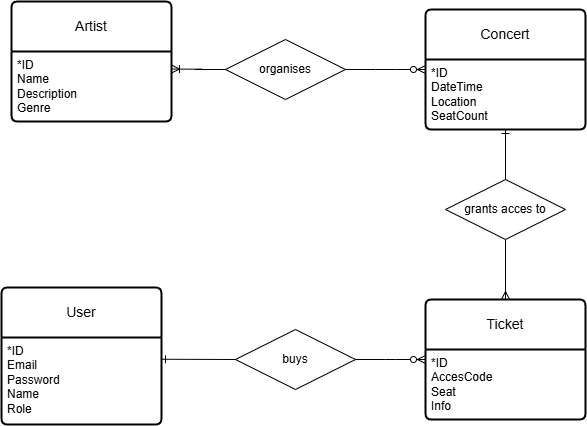
The draw.io diagram apps/my-app/src/assets/images/ERD.drawio.png in RStruijlaart/avans-nx-workshop, before a commit. Source tidied: cells renumbered, new cells last; positions are measured from the earlier drawing's top-left corner, leaving out a move shared by most shapes.
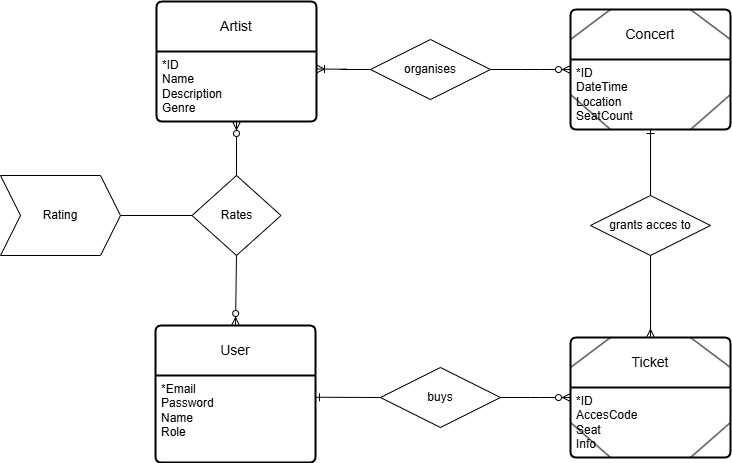
After the commit.

The edit, as a diff of the source:
```diff
@@ -3,23 +3,35 @@
     <mxCell id="0" />
     <mxCell id="1" parent="0" />
     <mxCell id="2" value="User" style="swimlane;horizontal=1;startSize=50;rounded=1;fontSize=14;fontStyle=0;strokeWidth=2;shadow=0;dashed=0;align=center;arcSize=4;whiteSpace=wrap;html=1;" parent="1" vertex="1">
-      <mxGeometry y="286" width="160" height="137" as="geometry" />
+      <mxGeometry x="9" y="324" width="160" height="137" as="geometry" />
     </mxCell>
-    <mxCell id="3" value="&lt;div&gt;*ID&lt;/div&gt;Email&lt;div&gt;Password&lt;/div&gt;&lt;div&gt;Name&lt;/div&gt;&lt;div&gt;Role&lt;/div&gt;" style="align=left;strokeColor=none;fillColor=none;spacingLeft=4;fontSize=12;verticalAlign=top;html=1;" parent="2" vertex="1">
+    <mxCell id="3" value="&lt;div&gt;*&lt;span style=&quot;background-color: initial;&quot;&gt;Email&lt;/span&gt;&lt;/div&gt;&lt;div&gt;Password&lt;/div&gt;&lt;div&gt;Name&lt;/div&gt;&lt;div&gt;Role&lt;/div&gt;" style="align=left;strokeColor=none;fillColor=none;spacingLeft=4;fontSize=12;verticalAlign=top;html=1;" parent="2" vertex="1">
       <mxGeometry y="50" width="160" height="87" as="geometry" />
     </mxCell>
     <mxCell id="4" value="Ticket" style="swimlane;horizontal=1;startSize=50;rounded=1;fontSize=14;fontStyle=0;strokeWidth=2;shadow=0;dashed=0;align=center;arcSize=4;whiteSpace=wrap;html=1;" parent="1" vertex="1">
-      <mxGeometry x="424" y="298" width="160" height="120" as="geometry" />
+      <mxGeometry x="424" y="336" width="160" height="120" as="geometry" />
     </mxCell>
     <mxCell id="5" value="*ID&lt;div&gt;AccesCode&lt;/div&gt;&lt;div&gt;Seat&lt;/div&gt;&lt;div&gt;Info&lt;/div&gt;" style="align=left;strokeColor=none;fillColor=none;spacingLeft=4;fontSize=12;verticalAlign=top;html=1;" parent="4" vertex="1">
       <mxGeometry y="50" width="160" height="70" as="geometry" />
     </mxCell>
+    <mxCell id="19" style="rounded=0;orthogonalLoop=1;jettySize=auto;html=1;exitX=1;exitY=0.5;exitDx=0;exitDy=0;entryX=0.75;entryY=1;entryDx=0;entryDy=0;endArrow=none;endFill=0;" parent="4" edge="1" source="5" target="5">
+      <mxGeometry relative="1" as="geometry" />
+    </mxCell>
+    <mxCell id="20" style="rounded=0;orthogonalLoop=1;jettySize=auto;html=1;exitX=0.25;exitY=1;exitDx=0;exitDy=0;entryX=0;entryY=0.5;entryDx=0;entryDy=0;endArrow=none;endFill=0;" parent="4" edge="1" source="5" target="5">
+      <mxGeometry relative="1" as="geometry" />
+    </mxCell>
     <mxCell id="6" value="Concert" style="swimlane;horizontal=1;startSize=50;rounded=1;fontSize=14;fontStyle=0;strokeWidth=2;shadow=0;dashed=0;align=center;arcSize=4;whiteSpace=wrap;html=1;" parent="1" vertex="1">
       <mxGeometry x="424" y="8" width="160" height="120" as="geometry" />
     </mxCell>
     <mxCell id="7" value="*ID&lt;div&gt;DateTime&lt;/div&gt;&lt;div&gt;Location&lt;/div&gt;&lt;div&gt;SeatCount&lt;/div&gt;" style="align=left;strokeColor=none;fillColor=none;spacingLeft=4;fontSize=12;verticalAlign=top;html=1;" parent="6" vertex="1">
       <mxGeometry y="50" width="160" height="70" as="geometry" />
     </mxCell>
+    <mxCell id="21" style="rounded=0;orthogonalLoop=1;jettySize=auto;html=1;exitX=1;exitY=0.5;exitDx=0;exitDy=0;entryX=0.75;entryY=1;entryDx=0;entryDy=0;endArrow=none;endFill=0;" parent="6" edge="1" source="7" target="7">
+      <mxGeometry relative="1" as="geometry" />
+    </mxCell>
+    <mxCell id="22" style="rounded=0;orthogonalLoop=1;jettySize=auto;html=1;exitX=0;exitY=0.5;exitDx=0;exitDy=0;entryX=0.25;entryY=1;entryDx=0;entryDy=0;endArrow=none;endFill=0;" parent="6" edge="1" source="7" target="7">
+      <mxGeometry relative="1" as="geometry" />
+    </mxCell>
     <mxCell id="8" value="Artist" style="swimlane;horizontal=1;startSize=50;rounded=1;fontSize=14;fontStyle=0;strokeWidth=2;shadow=0;dashed=0;align=center;arcSize=4;whiteSpace=wrap;html=1;" parent="1" vertex="1">
       <mxGeometry x="10" width="160" height="120" as="geometry" />
     </mxCell>
@@ -30,10 +42,10 @@
       <mxGeometry x="224" y="38" width="120" height="60" as="geometry" />
     </mxCell>
     <mxCell id="11" value="buys" style="shape=rhombus;perimeter=rhombusPerimeter;whiteSpace=wrap;html=1;align=center;" parent="1" vertex="1">
-      <mxGeometry x="234" y="328" width="120" height="60" as="geometry" />
+      <mxGeometry x="234" y="366" width="120" height="60" as="geometry" />
     </mxCell>
     <mxCell id="12" value="grants acces to" style="shape=rhombus;perimeter=rhombusPerimeter;whiteSpace=wrap;html=1;align=center;" parent="1" vertex="1">
-      <mxGeometry x="444" y="178" width="120" height="60" as="geometry" />
+      <mxGeometry x="444" y="194" width="120" height="60" as="geometry" />
     </mxCell>
     <mxCell id="13" style="edgeStyle=entityRelationEdgeStyle;fontSize=12;html=1;endArrow=ERzeroToMany;endFill=1;rounded=0;exitX=1;exitY=0.5;exitDx=0;exitDy=0;entryX=0;entryY=0.5;entryDx=0;entryDy=0;" parent="1" edge="1" source="10" target="6">
       <mxGeometry relative="1" as="geometry" />
@@ -53,5 +65,32 @@
     <mxCell id="18" style="fontSize=12;html=1;endArrow=ERone;endFill=1;rounded=0;entryX=1;entryY=0.25;entryDx=0;entryDy=0;exitX=0;exitY=0.5;exitDx=0;exitDy=0;" parent="1" edge="1" source="11" target="3">
       <mxGeometry relative="1" as="geometry" />
     </mxCell>
+    <mxCell id="23" value="Rates" style="shape=rhombus;perimeter=rhombusPerimeter;whiteSpace=wrap;html=1;align=center;" parent="1" vertex="1">
+      <mxGeometry x="45.5" y="174" width="89" height="80" as="geometry" />
+    </mxCell>
+    <mxCell id="24" style="fontSize=12;html=1;endArrow=ERzeroToMany;endFill=1;rounded=0;exitX=0.5;exitY=0;exitDx=0;exitDy=0;entryX=0.5;entryY=1;entryDx=0;entryDy=0;" parent="1" edge="1" source="23" target="8">
+      <mxGeometry relative="1" as="geometry" />
+    </mxCell>
+    <mxCell id="25" style="fontSize=12;html=1;endArrow=ERzeroToMany;endFill=1;rounded=0;exitX=0.5;exitY=1;exitDx=0;exitDy=0;entryX=0.5;entryY=0;entryDx=0;entryDy=0;" parent="1" edge="1" source="23" target="2">
+      <mxGeometry relative="1" as="geometry" />
+    </mxCell>
+    <mxCell id="26" style="rounded=0;orthogonalLoop=1;jettySize=auto;html=1;exitX=0.25;exitY=0;exitDx=0;exitDy=0;entryX=0;entryY=0.25;entryDx=0;entryDy=0;endArrow=none;endFill=0;" parent="1" edge="1" source="6" target="6">
+      <mxGeometry relative="1" as="geometry" />
+    </mxCell>
+    <mxCell id="27" style="rounded=0;orthogonalLoop=1;jettySize=auto;html=1;exitX=0.75;exitY=0;exitDx=0;exitDy=0;entryX=1;entryY=0.25;entryDx=0;entryDy=0;endArrow=none;endFill=0;" parent="1" edge="1" source="6" target="6">
+      <mxGeometry relative="1" as="geometry" />
+    </mxCell>
+    <mxCell id="28" style="rounded=0;orthogonalLoop=1;jettySize=auto;html=1;exitX=0.25;exitY=0;exitDx=0;exitDy=0;entryX=0;entryY=0.25;entryDx=0;entryDy=0;endArrow=none;endFill=0;" parent="1" edge="1" source="4" target="4">
+      <mxGeometry relative="1" as="geometry" />
+    </mxCell>
+    <mxCell id="29" style="rounded=0;orthogonalLoop=1;jettySize=auto;html=1;exitX=0.75;exitY=0;exitDx=0;exitDy=0;entryX=1;entryY=0.25;entryDx=0;entryDy=0;endArrow=none;endFill=0;" parent="1" edge="1" source="4" target="4">
+      <mxGeometry relative="1" as="geometry" />
+    </mxCell>
+    <mxCell id="30" style="edgeStyle=orthogonalEdgeStyle;rounded=0;jettySize=auto;html=1;entryX=0;entryY=0.5;entryDx=0;entryDy=0;endArrow=none;endFill=0;" parent="1" edge="1" source="31" target="23">
+      <mxGeometry relative="1" as="geometry" />
+    </mxCell>
+    <mxCell id="31" value="Rating" style="shape=step;perimeter=stepPerimeter;whiteSpace=wrap;html=1;fixedSize=1;" parent="1" vertex="1">
+      <mxGeometry x="-146" y="174" width="120" height="80" as="geometry" />
+    </mxCell>
   </root>
 </mxGraphModel>
```
